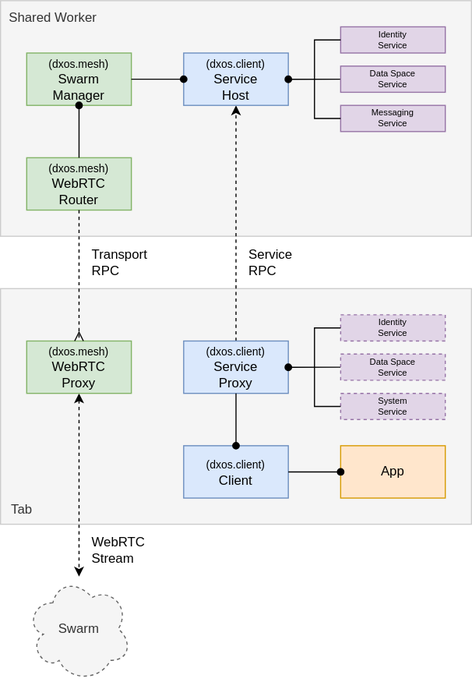
Earlier version of the draw.io export docs/design/diagrams/client-webrtc-router.drawio.svg (dxos/dxos). Source tidied: cells renumbered, new cells last; positions are measured from the earlier drawing's top-left corner, leaving out a move shared by most shapes.
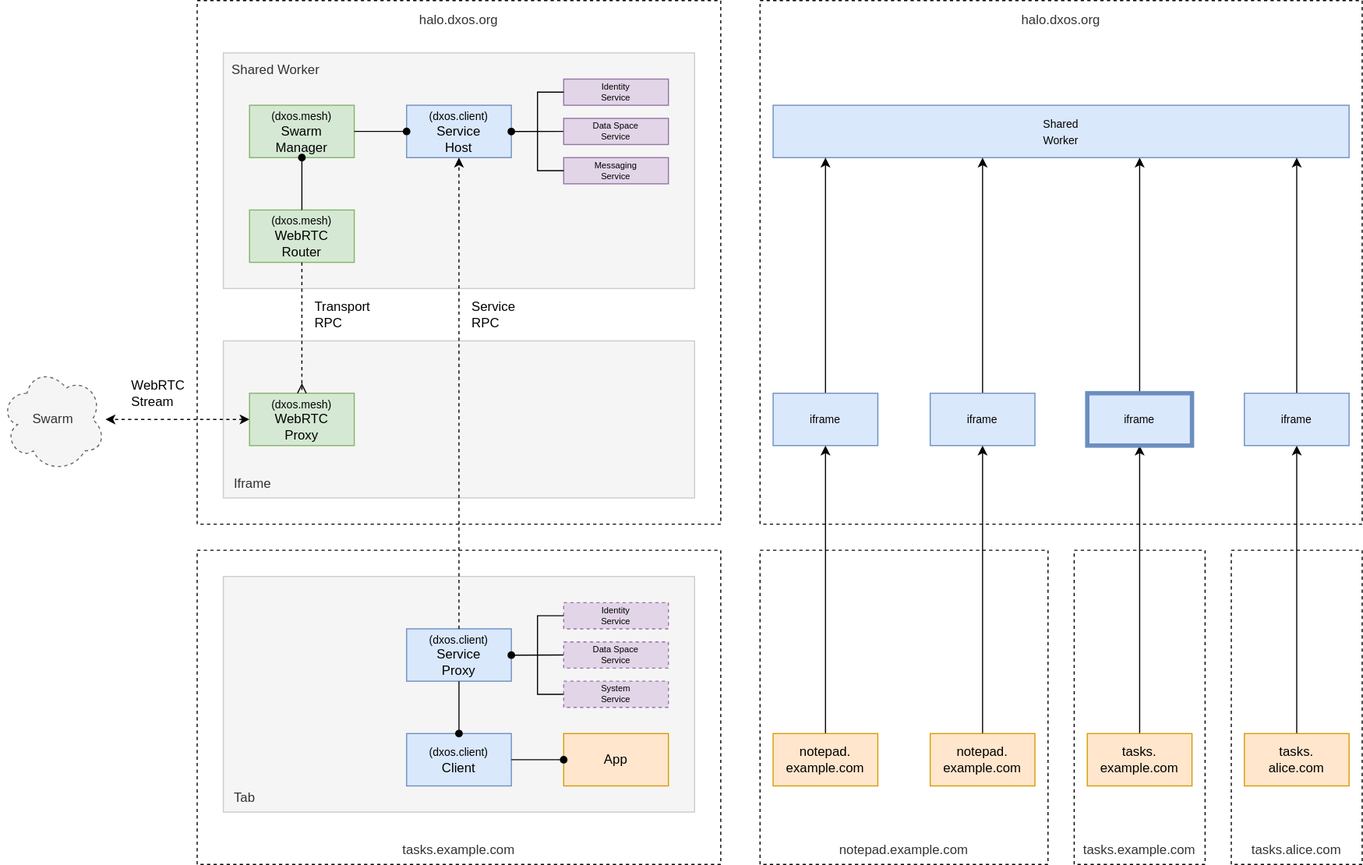
The same file after the commit.

Commit message:
Update client diagram

The edit, as a diff of the source:
```diff
@@ -2,13 +2,31 @@
   <root>
     <mxCell id="0" />
     <mxCell id="1" parent="0" />
+    <mxCell id="34" value="notepad.example.com" style="rounded=0;whiteSpace=wrap;html=1;fillColor=none;fontColor=#333333;strokeColor=default;verticalAlign=bottom;spacingBottom=4;spacingTop=4;align=center;spacingRight=8;spacingLeft=8;dashed=1;" parent="1" vertex="1">
+      <mxGeometry x="492" y="456" width="264" height="288" as="geometry" />
+    </mxCell>
+    <mxCell id="35" value="tasks.alice.com" style="rounded=0;whiteSpace=wrap;html=1;fillColor=none;fontColor=#333333;strokeColor=default;verticalAlign=bottom;spacingBottom=4;spacingTop=4;align=center;spacingRight=8;spacingLeft=8;dashed=1;" parent="1" vertex="1">
+      <mxGeometry x="924" y="456" width="120" height="288" as="geometry" />
+    </mxCell>
+    <mxCell id="36" value="tasks.example.com" style="rounded=0;whiteSpace=wrap;html=1;fillColor=none;fontColor=#333333;strokeColor=default;verticalAlign=bottom;spacingBottom=4;spacingTop=4;align=center;spacingRight=8;spacingLeft=8;dashed=1;" parent="1" vertex="1">
+      <mxGeometry x="780" y="456" width="120" height="288" as="geometry" />
+    </mxCell>
+    <mxCell id="37" value="halo.dxos.org" style="rounded=0;whiteSpace=wrap;html=1;fillColor=none;fontColor=#333333;strokeColor=default;verticalAlign=top;spacingBottom=4;spacingTop=4;align=center;spacingRight=8;spacingLeft=8;dashed=1;" parent="1" vertex="1">
+      <mxGeometry x="492" y="-48" width="552" height="480" as="geometry" />
+    </mxCell>
+    <mxCell id="38" value="tasks.example.com" style="rounded=0;whiteSpace=wrap;html=1;fillColor=none;fontColor=#333333;strokeColor=default;verticalAlign=bottom;spacingBottom=4;spacingTop=4;align=center;spacingRight=8;spacingLeft=8;dashed=1;" parent="1" vertex="1">
+      <mxGeometry x="-24" y="456" width="480" height="288" as="geometry" />
+    </mxCell>
+    <mxCell id="39" value="halo.dxos.org" style="rounded=0;whiteSpace=wrap;html=1;fillColor=none;fontColor=#333333;strokeColor=default;verticalAlign=top;spacingBottom=4;spacingTop=4;align=center;spacingRight=8;spacingLeft=8;dashed=1;" parent="1" vertex="1">
+      <mxGeometry x="-24" y="-48" width="480" height="480" as="geometry" />
+    </mxCell>
     <mxCell id="2" value="Shared Worker" style="rounded=0;whiteSpace=wrap;html=1;fillColor=#f5f5f5;fontColor=#333333;strokeColor=#CCCCCC;verticalAlign=top;spacingBottom=4;spacingTop=4;align=left;spacing=0;spacingRight=8;spacingLeft=8;" parent="1" vertex="1">
       <mxGeometry width="432" height="216" as="geometry" />
     </mxCell>
-    <mxCell id="3" value="Tab" style="rounded=0;whiteSpace=wrap;html=1;fillColor=#f5f5f5;fontColor=#333333;strokeColor=#CCCCCC;verticalAlign=bottom;spacingBottom=4;spacingTop=4;align=left;spacingRight=8;spacingLeft=8;" parent="1" vertex="1">
-      <mxGeometry y="264" width="432" height="216" as="geometry" />
+    <mxCell id="3" value="Iframe" style="rounded=0;whiteSpace=wrap;html=1;fillColor=#f5f5f5;fontColor=#333333;strokeColor=#CCCCCC;verticalAlign=bottom;spacingBottom=4;spacingTop=4;align=left;spacingRight=8;spacingLeft=8;" parent="1" vertex="1">
+      <mxGeometry y="264" width="432" height="144" as="geometry" />
     </mxCell>
-    <mxCell id="4" style="edgeStyle=none;html=1;startArrow=classic;startFill=1;endArrow=classic;endFill=1;exitX=0.5;exitY=1;exitDx=0;exitDy=0;dashed=1;" parent="1" edge="1" source="5" target="10">
+    <mxCell id="4" style="edgeStyle=none;html=1;startArrow=classic;startFill=1;endArrow=classic;endFill=1;exitX=0;exitY=0.5;exitDx=0;exitDy=0;dashed=1;" parent="1" edge="1" source="5" target="10">
       <mxGeometry relative="1" as="geometry" />
     </mxCell>
     <mxCell id="5" value="&lt;font style=&quot;font-size: 10px&quot;&gt;(dxos.mesh)&lt;br&gt;&lt;/font&gt;WebRTC&lt;br&gt;Proxy" style="rounded=0;whiteSpace=wrap;html=1;fillColor=#d5e8d4;strokeColor=#82b366;" parent="1" vertex="1">
@@ -17,33 +35,15 @@
     <mxCell id="6" value="&lt;font style=&quot;font-size: 10px&quot;&gt;(dxos.mesh)&lt;/font&gt;&lt;br&gt;WebRTC&lt;br&gt;Router" style="rounded=0;whiteSpace=wrap;html=1;fillColor=#d5e8d4;strokeColor=#82b366;" parent="1" vertex="1">
       <mxGeometry x="24" y="144" width="96" height="48" as="geometry" />
     </mxCell>
-    <mxCell id="7" style="edgeStyle=none;html=1;exitX=0.5;exitY=0;exitDx=0;exitDy=0;entryX=0.5;entryY=1;entryDx=0;entryDy=0;startArrow=none;startFill=0;endArrow=classic;endFill=1;dashed=1;" parent="1" edge="1" source="8" target="9">
-      <mxGeometry relative="1" as="geometry" />
-    </mxCell>
-    <mxCell id="8" value="&lt;font style=&quot;font-size: 10px&quot;&gt;(dxos.client)&lt;br&gt;&lt;/font&gt;Service&lt;br&gt;Proxy" style="rounded=0;whiteSpace=wrap;html=1;fillColor=#dae8fc;strokeColor=#6c8ebf;" parent="1" vertex="1">
-      <mxGeometry x="168" y="312" width="96" height="48" as="geometry" />
-    </mxCell>
     <mxCell id="9" value="&lt;font style=&quot;font-size: 10px&quot;&gt;(dxos.client)&lt;/font&gt;&lt;br&gt;Service&lt;br&gt;Host" style="rounded=0;whiteSpace=wrap;html=1;fillColor=#dae8fc;strokeColor=#6c8ebf;" parent="1" vertex="1">
       <mxGeometry x="168" y="48" width="96" height="48" as="geometry" />
     </mxCell>
     <mxCell id="10" value="Swarm" style="ellipse;shape=cloud;whiteSpace=wrap;html=1;dashed=1;fillColor=#f5f5f5;fontColor=#333333;strokeColor=#666666;" parent="1" vertex="1">
-      <mxGeometry x="24" y="528" width="96" height="96" as="geometry" />
+      <mxGeometry x="-204" y="288" width="96" height="96" as="geometry" />
     </mxCell>
     <mxCell id="11" value="WebRTC&lt;br&gt;Stream" style="rounded=0;whiteSpace=wrap;html=1;dashed=1;align=left;spacingLeft=10;strokeColor=none;fillColor=none;" parent="1" vertex="1">
-      <mxGeometry x="72" y="480" width="96" height="48" as="geometry" />
+      <mxGeometry x="-96" y="288" width="96" height="48" as="geometry" />
     </mxCell>
-    <mxCell id="12" value="&lt;font style=&quot;font-size: 10px&quot;&gt;(dxos.client)&lt;br&gt;&lt;/font&gt;Client" style="rounded=0;whiteSpace=wrap;html=1;fillColor=#dae8fc;strokeColor=#6c8ebf;" parent="1" vertex="1">
-      <mxGeometry x="168" y="408" width="96" height="48" as="geometry" />
-    </mxCell>
-    <mxCell id="13" value="App" style="rounded=0;whiteSpace=wrap;html=1;fillColor=#ffe6cc;strokeColor=#d79b00;" parent="1" vertex="1">
-      <mxGeometry x="312" y="408" width="96" height="48" as="geometry" />
-    </mxCell>
-    <mxCell id="14" style="edgeStyle=none;html=1;exitX=0.5;exitY=0;exitDx=0;exitDy=0;startArrow=oval;startFill=1;endArrow=none;endFill=0;" parent="1" edge="1" source="12" target="8">
-      <mxGeometry relative="1" as="geometry" />
-    </mxCell>
-    <mxCell id="15" style="edgeStyle=none;html=1;exitX=0;exitY=0.5;exitDx=0;exitDy=0;startArrow=oval;startFill=1;endArrow=none;endFill=0;" parent="1" edge="1" source="13" target="12">
-      <mxGeometry relative="1" as="geometry" />
-    </mxCell>
     <mxCell id="16" value="Transport&lt;br&gt;RPC" style="rounded=0;whiteSpace=wrap;html=1;dashed=1;align=left;spacingLeft=10;strokeColor=none;fillColor=none;" parent="1" vertex="1">
       <mxGeometry x="72" y="216" width="96" height="48" as="geometry" />
     </mxCell>
@@ -87,8 +87,26 @@
         </Array>
       </mxGeometry>
     </mxCell>
+    <mxCell id="40" value="Tab" style="rounded=0;whiteSpace=wrap;html=1;fillColor=#f5f5f5;fontColor=#333333;strokeColor=#CCCCCC;verticalAlign=bottom;spacingBottom=4;spacingTop=4;align=left;spacingRight=8;spacingLeft=8;" parent="1" vertex="1">
+      <mxGeometry y="480" width="432" height="216" as="geometry" />
+    </mxCell>
+    <mxCell id="8" value="&lt;font style=&quot;font-size: 10px&quot;&gt;(dxos.client)&lt;br&gt;&lt;/font&gt;Service&lt;br&gt;Proxy" style="rounded=0;whiteSpace=wrap;html=1;fillColor=#dae8fc;strokeColor=#6c8ebf;" parent="1" vertex="1">
+      <mxGeometry x="168" y="528" width="96" height="48" as="geometry" />
+    </mxCell>
+    <mxCell id="12" value="&lt;font style=&quot;font-size: 10px&quot;&gt;(dxos.client)&lt;br&gt;&lt;/font&gt;Client" style="rounded=0;whiteSpace=wrap;html=1;fillColor=#dae8fc;strokeColor=#6c8ebf;" parent="1" vertex="1">
+      <mxGeometry x="168" y="624" width="96" height="48" as="geometry" />
+    </mxCell>
+    <mxCell id="13" value="App" style="rounded=0;whiteSpace=wrap;html=1;fillColor=#ffe6cc;strokeColor=#d79b00;" parent="1" vertex="1">
+      <mxGeometry x="312" y="624" width="96" height="48" as="geometry" />
+    </mxCell>
+    <mxCell id="14" style="edgeStyle=none;html=1;exitX=0.5;exitY=0;exitDx=0;exitDy=0;startArrow=oval;startFill=1;endArrow=none;endFill=0;" parent="1" edge="1" source="12" target="8">
+      <mxGeometry relative="1" as="geometry" />
+    </mxCell>
+    <mxCell id="15" style="edgeStyle=none;html=1;exitX=0;exitY=0.5;exitDx=0;exitDy=0;startArrow=oval;startFill=1;endArrow=none;endFill=0;" parent="1" edge="1" source="13" target="12">
+      <mxGeometry relative="1" as="geometry" />
+    </mxCell>
     <mxCell id="28" style="group;" parent="1" vertex="1">
-      <mxGeometry x="264" y="288" width="144" height="96" as="geometry" />
+      <mxGeometry x="264" y="504" width="144" height="96" as="geometry" />
     </mxCell>
     <mxCell id="29" value="Identity&lt;br style=&quot;font-size: 8px&quot;&gt;Service" style="rounded=0;whiteSpace=wrap;html=1;fontSize=8;fillColor=#e1d5e7;strokeColor=#9673a6;dashed=1;" parent="28" vertex="1">
       <mxGeometry x="48" width="96" height="24" as="geometry" />
@@ -112,5 +130,71 @@
         </Array>
       </mxGeometry>
     </mxCell>
+    <mxCell id="7" style="edgeStyle=none;html=1;exitX=0.5;exitY=0;exitDx=0;exitDy=0;entryX=0.5;entryY=1;entryDx=0;entryDy=0;startArrow=none;startFill=0;endArrow=classic;endFill=1;dashed=1;" parent="1" edge="1" source="8" target="9">
+      <mxGeometry relative="1" as="geometry" />
+    </mxCell>
+    <mxCell id="41" style="edgeStyle=none;html=1;exitX=0.5;exitY=0;exitDx=0;exitDy=0;" parent="1" edge="1" source="42" target="44">
+      <mxGeometry relative="1" as="geometry" />
+    </mxCell>
+    <mxCell id="42" value="tasks.&lt;br&gt;example.com" style="rounded=0;whiteSpace=wrap;html=1;fillColor=#ffe6cc;strokeColor=#d79b00;" parent="1" vertex="1">
+      <mxGeometry x="792" y="624" width="96" height="48" as="geometry" />
+    </mxCell>
+    <mxCell id="43" style="edgeStyle=none;rounded=0;html=1;exitX=0.5;exitY=0;exitDx=0;exitDy=0;" parent="1" edge="1" source="44" target="60">
+      <mxGeometry relative="1" as="geometry" />
+    </mxCell>
+    <mxCell id="44" value="&lt;span style=&quot;font-size: 10px&quot;&gt;iframe&lt;/span&gt;" style="rounded=0;whiteSpace=wrap;html=1;fillColor=#dae8fc;strokeColor=#6c8ebf;strokeWidth=4;" parent="1" vertex="1">
+      <mxGeometry x="792" y="312" width="96" height="48" as="geometry" />
+    </mxCell>
+    <mxCell id="45" value="&lt;span style=&quot;font-size: 10px&quot;&gt;Shared&lt;br&gt;Worker&lt;br&gt;&lt;/span&gt;" style="rounded=0;whiteSpace=wrap;html=1;fillColor=#dae8fc;strokeColor=#6c8ebf;" parent="1" vertex="1">
+      <mxGeometry x="504" y="48" width="528" height="48" as="geometry" />
+    </mxCell>
+    <mxCell id="46" style="edgeStyle=none;html=1;exitX=0.5;exitY=0;exitDx=0;exitDy=0;entryX=0.5;entryY=1;entryDx=0;entryDy=0;" parent="1" edge="1" source="47" target="49">
+      <mxGeometry relative="1" as="geometry" />
+    </mxCell>
+    <mxCell id="47" value="tasks.&lt;br&gt;alice.com" style="rounded=0;whiteSpace=wrap;html=1;fillColor=#ffe6cc;strokeColor=#d79b00;" parent="1" vertex="1">
+      <mxGeometry x="936" y="624" width="96" height="48" as="geometry" />
+    </mxCell>
+    <mxCell id="48" style="edgeStyle=none;rounded=0;html=1;exitX=0.5;exitY=0;exitDx=0;exitDy=0;" parent="1" edge="1" source="49" target="61">
+      <mxGeometry relative="1" as="geometry" />
+    </mxCell>
+    <mxCell id="49" value="&lt;span style=&quot;font-size: 10px&quot;&gt;iframe&lt;/span&gt;" style="rounded=0;whiteSpace=wrap;html=1;fillColor=#dae8fc;strokeColor=#6c8ebf;" parent="1" vertex="1">
+      <mxGeometry x="936" y="312" width="96" height="48" as="geometry" />
+    </mxCell>
+    <mxCell id="50" style="edgeStyle=none;html=1;exitX=0.5;exitY=0;exitDx=0;exitDy=0;" parent="1" edge="1" source="51" target="53">
+      <mxGeometry relative="1" as="geometry" />
+    </mxCell>
+    <mxCell id="51" value="notepad.&lt;br&gt;example.com" style="rounded=0;whiteSpace=wrap;html=1;fillColor=#ffe6cc;strokeColor=#d79b00;" parent="1" vertex="1">
+      <mxGeometry x="648" y="624" width="96" height="48" as="geometry" />
+    </mxCell>
+    <mxCell id="52" style="edgeStyle=none;rounded=0;html=1;exitX=0.5;exitY=0;exitDx=0;exitDy=0;" parent="1" edge="1" source="53" target="59">
+      <mxGeometry relative="1" as="geometry" />
+    </mxCell>
+    <mxCell id="53" value="&lt;span style=&quot;font-size: 10px&quot;&gt;iframe&lt;/span&gt;" style="rounded=0;whiteSpace=wrap;html=1;fillColor=#dae8fc;strokeColor=#6c8ebf;" parent="1" vertex="1">
+      <mxGeometry x="648" y="312" width="96" height="48" as="geometry" />
+    </mxCell>
+    <mxCell id="54" style="edgeStyle=none;html=1;exitX=0.5;exitY=0;exitDx=0;exitDy=0;entryX=0.5;entryY=1;entryDx=0;entryDy=0;" parent="1" edge="1" source="55" target="57">
+      <mxGeometry relative="1" as="geometry" />
+    </mxCell>
+    <mxCell id="55" value="notepad.&lt;br&gt;example.com" style="rounded=0;whiteSpace=wrap;html=1;fillColor=#ffe6cc;strokeColor=#d79b00;" parent="1" vertex="1">
+      <mxGeometry x="504" y="624" width="96" height="48" as="geometry" />
+    </mxCell>
+    <mxCell id="56" style="html=1;exitX=0.5;exitY=0;exitDx=0;exitDy=0;" parent="1" edge="1" source="57" target="58">
+      <mxGeometry relative="1" as="geometry" />
+    </mxCell>
+    <mxCell id="57" value="&lt;span style=&quot;font-size: 10px&quot;&gt;iframe&lt;/span&gt;" style="rounded=0;whiteSpace=wrap;html=1;fillColor=#dae8fc;strokeColor=#6c8ebf;" parent="1" vertex="1">
+      <mxGeometry x="504" y="312" width="96" height="48" as="geometry" />
+    </mxCell>
+    <mxCell id="58" style="rounded=0;whiteSpace=wrap;html=1;dashed=1;strokeColor=none;strokeWidth=4;fillColor=none;" parent="1" vertex="1">
+      <mxGeometry x="504" y="48" width="96" height="48" as="geometry" />
+    </mxCell>
+    <mxCell id="59" style="rounded=0;whiteSpace=wrap;html=1;dashed=1;strokeColor=none;strokeWidth=4;fillColor=none;" parent="1" vertex="1">
+      <mxGeometry x="648" y="48" width="96" height="48" as="geometry" />
+    </mxCell>
+    <mxCell id="60" style="rounded=0;whiteSpace=wrap;html=1;dashed=1;strokeColor=none;strokeWidth=4;fillColor=none;" parent="1" vertex="1">
+      <mxGeometry x="792" y="48" width="96" height="48" as="geometry" />
+    </mxCell>
+    <mxCell id="61" style="rounded=0;whiteSpace=wrap;html=1;dashed=1;strokeColor=none;strokeWidth=4;fillColor=none;" parent="1" vertex="1">
+      <mxGeometry x="936" y="48" width="96" height="48" as="geometry" />
+    </mxCell>
   </root>
 </mxGraphModel>
```
